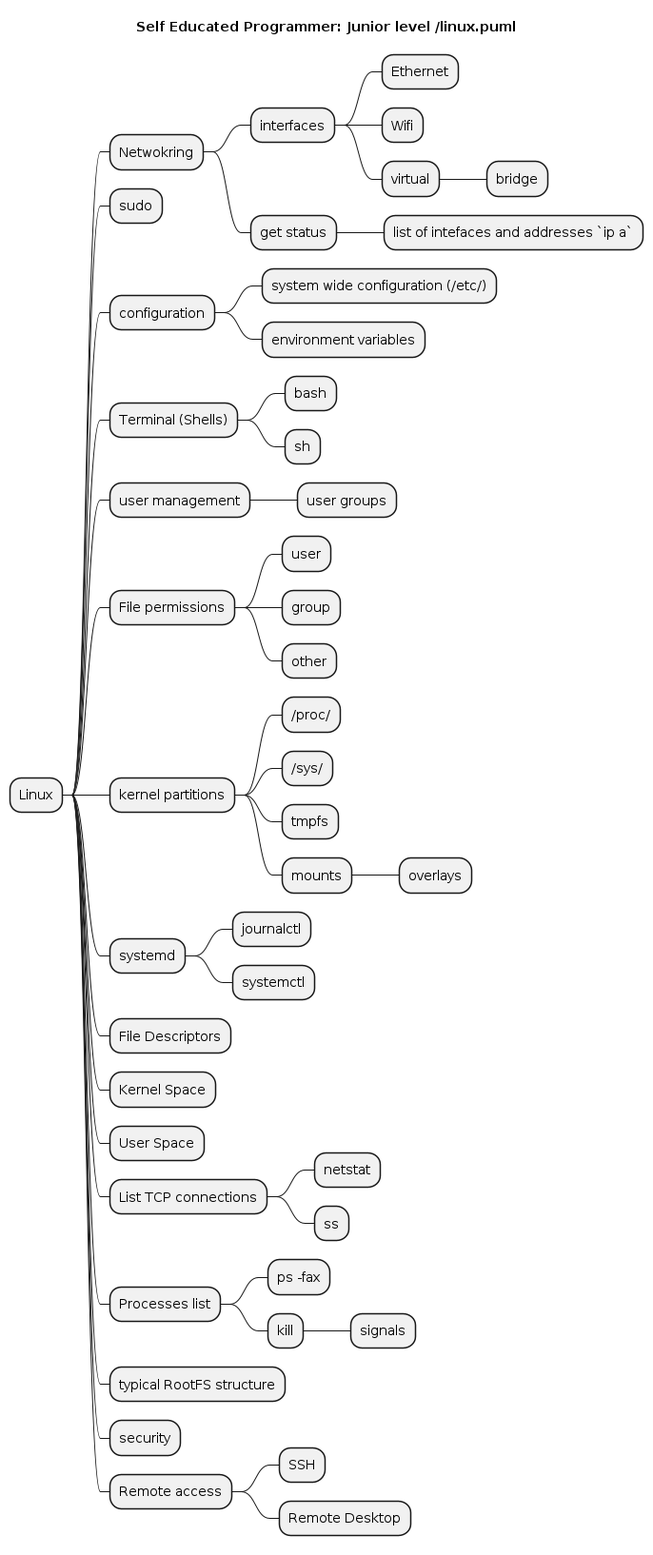
This is linux.puml.png from SmartSoftDev/self_educated_software_programmer_path, a PlantUML export, as it was before one commit. Its diagram source:
```plantuml
@startmindmap
title Self Educated Programmer: Junior level /linux.puml


* Linux
** Netwokring
*** interfaces
**** Ethernet
**** Wifi
**** virtual
***** bridge
*** get status
**** list of intefaces and addresses `ip a`
** sudo
** configuration
*** system wide configuration (/etc/)
*** environment variables
** Terminal (Shells)
*** bash
*** sh
** user management
*** user groups
** File permissions
*** user
*** group
*** other
** kernel partitions
*** /proc/
*** /sys/
*** tmpfs
*** mounts
**** overlays
** systemd
*** journalctl
*** systemctl
** File Descriptors
** Kernel Space
** User Space
** List TCP connections
*** netstat
*** ss
** Processes list
*** ps -fax
*** kill
**** signals
** typical RootFS structure
** security
** Remote access
*** SSH
*** Remote Desktop


@endmindmap
```
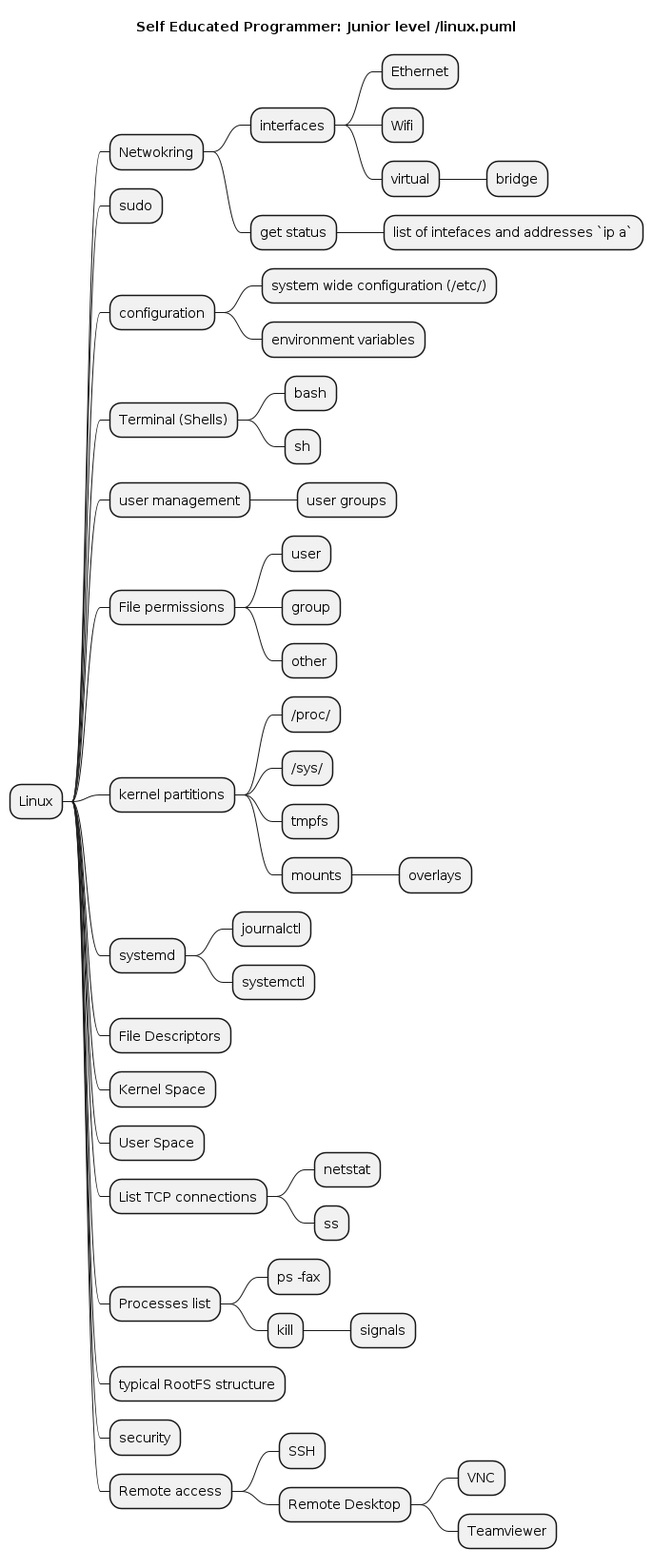
The same diagram one commit later.

The edit, as a diff of the source:
```diff
@@ -48,6 +48,8 @@
 ** Remote access
 *** SSH
 *** Remote Desktop
+**** VNC
+**** Teamviewer
 
 
 @endmindmap
```
